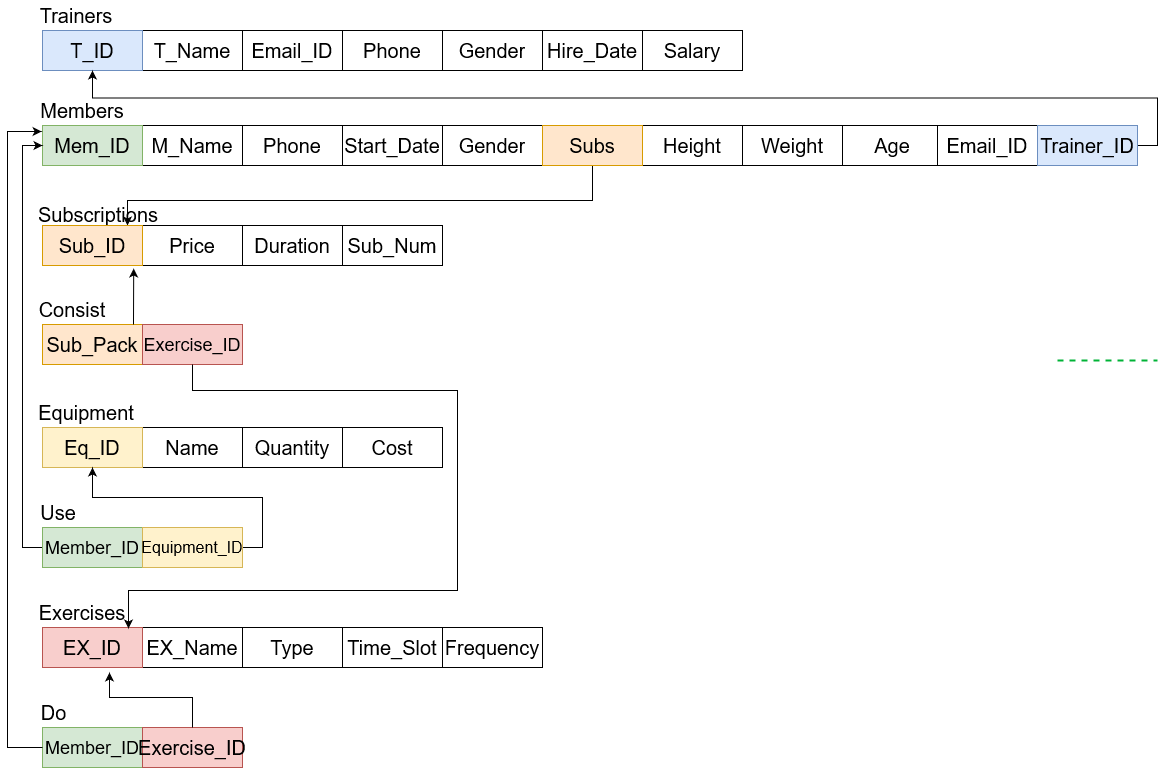
The draw.io diagram Relational_Schema.png in THChou1220/dbms_finalproject, before a commit. Source tidied: cells renumbered, new cells last; positions are measured from the earlier drawing's top-left corner, leaving out a move shared by most shapes.
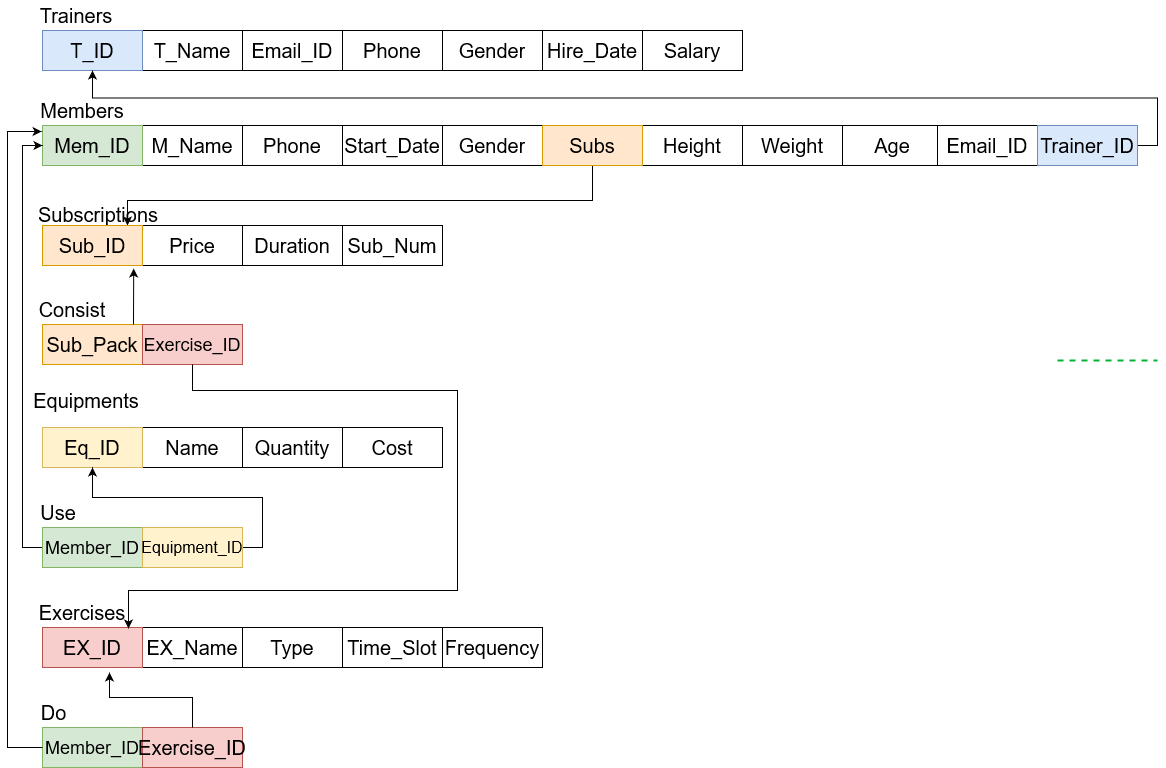
Later version of the same file.

Commit message:
Update Back-End, ER_Model, Relational_Schema

What changed in the source:
```diff
@@ -164,7 +164,7 @@
     <mxCell id="55" value="&lt;div style=&quot;font-size: 20px;&quot;&gt;&lt;font style=&quot;font-size: 20px;&quot;&gt;Subscriptions&lt;/font&gt;&lt;/div&gt;" style="text;strokeColor=none;fillColor=none;html=1;align=center;verticalAlign=middle;whiteSpace=wrap;rounded=0;fontSize=16;" parent="1" vertex="1">
       <mxGeometry x="61" y="199" width="60" height="30" as="geometry" />
     </mxCell>
-    <mxCell id="56" value="&lt;font style=&quot;font-size: 20px;&quot;&gt;Equipment&lt;/font&gt;" style="text;strokeColor=none;fillColor=none;html=1;align=center;verticalAlign=middle;whiteSpace=wrap;rounded=0;fontSize=16;" parent="1" vertex="1">
+    <mxCell id="56" value="&lt;div&gt;&lt;font style=&quot;font-size: 20px;&quot;&gt;Equipments&lt;/font&gt;&lt;/div&gt;&lt;div&gt;&lt;font style=&quot;font-size: 20px;&quot;&gt;&lt;br&gt;&lt;/font&gt;&lt;/div&gt;" style="text;strokeColor=none;fillColor=none;html=1;align=center;verticalAlign=middle;whiteSpace=wrap;rounded=0;fontSize=16;" parent="1" vertex="1">
       <mxGeometry x="49" y="397" width="60" height="30" as="geometry" />
     </mxCell>
     <mxCell id="57" value="&lt;font style=&quot;font-size: 20px;&quot;&gt;Use&lt;/font&gt;" style="text;strokeColor=none;fillColor=none;html=1;align=center;verticalAlign=middle;whiteSpace=wrap;rounded=0;fontSize=16;" parent="1" vertex="1">
```
